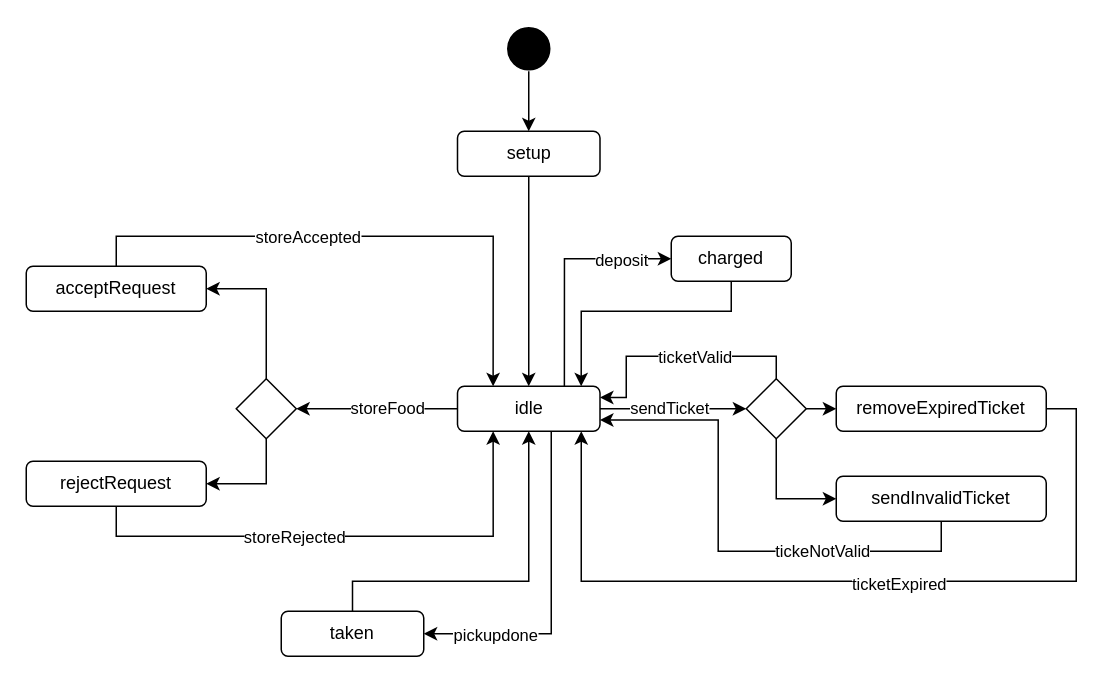
LEOB3TA/ColdStorageService-Project keeps this draw.io diagram as Sprint1/userDocs/resources/draw/CSS_State.drawio. Above is the earlier version. Source tidied: cells renumbered, new cells numbered last; positions are measured from the earlier drawing's top-left corner, leaving out a move shared by most shapes. Both pictures are drawn from the tidied source at 150%, with x=0, y=0 at pixel (26, 26).
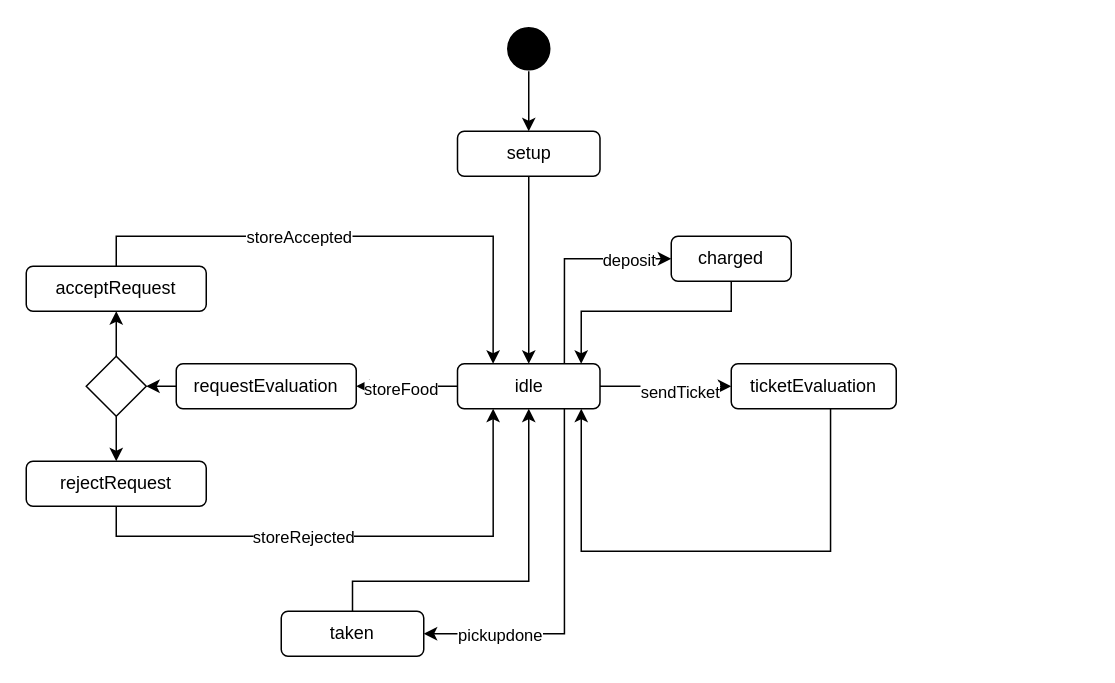
After the change.

Unchanged cells that the change refers to:
```xml
<mxCell id="18" value="&lt;font&gt;acceptRequest&lt;/font&gt;" style="rounded=1;whiteSpace=wrap;html=1;fillColor=#FFFFFF;strokeColor=#000000;fontColor=#000000;" parent="1" vertex="1">
  <mxGeometry y="160" width="120" height="30" as="geometry" />
</mxCell>
<mxCell id="21" value="&lt;font&gt;rejectRequest&lt;/font&gt;" style="rounded=1;whiteSpace=wrap;html=1;fillColor=#FFFFFF;strokeColor=#000000;fontColor=#000000;" parent="1" vertex="1">
  <mxGeometry y="290" width="120" height="30" as="geometry" />
</mxCell>
<mxCell id="37" value="taken" style="rounded=1;whiteSpace=wrap;html=1;fillColor=#FFFFFF;strokeColor=#000000;fontColor=#000000;" parent="1" vertex="1">
  <mxGeometry x="170" y="390" width="95" height="30" as="geometry" />
</mxCell>
```

Change to the diagram source:
```diff
@@
-    <mxCell id="6" style="edgeStyle=orthogonalEdgeStyle;rounded=0;jettySize=auto;html=1;exitX=1;exitY=0.5;exitDx=0;exitDy=0;entryX=0;entryY=0.5;entryDx=0;entryDy=0;" parent="1" edge="1" source="12" target="27">
-      <mxGeometry relative="1" as="geometry" />
-    </mxCell>
-    <mxCell id="7" value="sendTicket" style="edgeLabel;html=1;align=center;verticalAlign=middle;" parent="6" vertex="1">
-      <mxGeometry x="-0.05" y="1" relative="1" as="geometry" />
-    </mxCell>
@@
     <mxCell id="10" style="edgeStyle=orthogonalEdgeStyle;rounded=0;jettySize=auto;html=1;exitX=0.75;exitY=1;exitDx=0;exitDy=0;entryX=1;entryY=0.5;entryDx=0;entryDy=0;" parent="1" edge="1" source="12" target="37">
       <mxGeometry relative="1" as="geometry">
         <Array as="points">
-          <mxPoint x="350" y="270" />
-          <mxPoint x="350" y="405" />
+          <mxPoint x="359" y="405" />
         </Array>
       </mxGeometry>
     </mxCell>
@@
+    <mxCell id="38" style="edgeStyle=orthogonalEdgeStyle;rounded=0;jettySize=auto;html=1;exitX=0;exitY=0.5;exitDx=0;exitDy=0;" parent="1" edge="1" source="12" target="41">
+      <mxGeometry relative="1" as="geometry" />
+    </mxCell>
+    <mxCell id="13" value="&lt;div&gt;storeFood&lt;/div&gt;" style="edgeLabel;html=1;align=center;verticalAlign=middle;" parent="38" vertex="1">
+      <mxGeometry x="0.14" y="1" relative="1" as="geometry" />
+    </mxCell>
+    <mxCell id="39" style="edgeStyle=orthogonalEdgeStyle;rounded=0;jettySize=auto;html=1;exitX=1;exitY=0.5;exitDx=0;exitDy=0;" parent="1" edge="1" source="12" target="43">
+      <mxGeometry relative="1" as="geometry" />
+    </mxCell>
+    <mxCell id="7" value="sendTicket" style="edgeLabel;html=1;align=center;verticalAlign=middle;" parent="39" vertex="1">
+      <mxGeometry x="0.2" y="-3" relative="1" as="geometry" />
+    </mxCell>
     <mxCell id="12" value="&lt;font&gt;idle&lt;/font&gt;" style="rounded=1;whiteSpace=wrap;html=1;fillColor=#FFFFFF;strokeColor=#000000;fontColor=#000000;" parent="1" vertex="1">
-      <mxGeometry x="287.5" y="240" width="95" height="30" as="geometry" />
+      <mxGeometry x="287.5" y="225" width="95" height="30" as="geometry" />
     </mxCell>
-    <mxCell id="13" value="storeFood" style="endArrow=classic;html=1;rounded=0;exitX=0;exitY=0.5;exitDx=0;exitDy=0;strokeColor=#000000;labelBackgroundColor=#FFFFFF;fontColor=#000000;entryX=1;entryY=0.5;entryDx=0;entryDy=0;" parent="1" edge="1" source="12" target="15">
-      <mxGeometry x="-0.12" relative="1" as="geometry">
-        <Array as="points">
-          <mxPoint x="200" y="255" />
-        </Array>
-      </mxGeometry>
-    </mxCell>
-    <mxCell id="14" style="edgeStyle=orthogonalEdgeStyle;rounded=0;jettySize=auto;html=1;exitX=0.5;exitY=1;exitDx=0;exitDy=0;entryX=1;entryY=0.5;entryDx=0;entryDy=0;" parent="1" edge="1" source="15" target="21">
-      <mxGeometry relative="1" as="geometry">
-        <Array as="points">
-          <mxPoint x="160" y="305" />
-        </Array>
-      </mxGeometry>
-    </mxCell>
-    <mxCell id="15" style="rhombus;whiteSpace=wrap;html=1;" parent="1" vertex="1">
-      <mxGeometry x="140" y="235" width="40" height="40" as="geometry" />
-    </mxCell>
@@
-    <mxCell id="22" style="endArrow=classic;html=1;rounded=0;exitX=0.5;exitY=0;exitDx=0;exitDy=0;entryX=1;entryY=0.5;entryDx=0;entryDy=0;" parent="1" edge="1" source="15" target="18">
-      <mxGeometry relative="1" as="geometry">
-        <Array as="points">
-          <mxPoint x="160" y="175" />
-        </Array>
-      </mxGeometry>
-    </mxCell>
-    <mxCell id="23" style="edgeStyle=orthogonalEdgeStyle;rounded=0;jettySize=auto;html=1;exitX=1;exitY=0.5;exitDx=0;exitDy=0;entryX=0;entryY=0.5;entryDx=0;entryDy=0;" parent="1" edge="1" source="27" target="30">
-      <mxGeometry relative="1" as="geometry" />
-    </mxCell>
-    <mxCell id="24" style="edgeStyle=orthogonalEdgeStyle;rounded=0;jettySize=auto;html=1;exitX=0.5;exitY=1;exitDx=0;exitDy=0;entryX=0;entryY=0.5;entryDx=0;entryDy=0;" parent="1" edge="1" source="27" target="33">
-      <mxGeometry relative="1" as="geometry" />
-    </mxCell>
-    <mxCell id="25" style="edgeStyle=orthogonalEdgeStyle;rounded=0;jettySize=auto;html=1;exitX=0.5;exitY=0;exitDx=0;exitDy=0;entryX=1;entryY=0.25;entryDx=0;entryDy=0;" parent="1" edge="1" source="27" target="12">
-      <mxGeometry relative="1" as="geometry">
-        <Array as="points">
-          <mxPoint x="500" y="220" />
-          <mxPoint x="400" y="220" />
-          <mxPoint x="400" y="247" />
-        </Array>
-      </mxGeometry>
-    </mxCell>
-    <mxCell id="26" value="ticketValid" style="edgeLabel;html=1;align=center;verticalAlign=middle;" parent="25" vertex="1">
-      <mxGeometry x="-0.13" relative="1" as="geometry" />
-    </mxCell>
-    <mxCell id="27" style="rhombus;whiteSpace=wrap;html=1;" parent="1" vertex="1">
-      <mxGeometry x="480" y="235" width="40" height="40" as="geometry" />
-    </mxCell>
-    <mxCell id="28" style="edgeStyle=orthogonalEdgeStyle;rounded=0;jettySize=auto;html=1;exitX=1;exitY=0.5;exitDx=0;exitDy=0;" parent="1" edge="1" source="30">
-      <mxGeometry relative="1" as="geometry">
-        <mxPoint x="370" y="270" as="targetPoint" />
-        <Array as="points">
-          <mxPoint x="700" y="255" />
-          <mxPoint x="700" y="370" />
-          <mxPoint x="370" y="370" />
-          <mxPoint x="370" y="270" />
-        </Array>
-      </mxGeometry>
-    </mxCell>
-    <mxCell id="29" value="ticketExpired" style="edgeLabel;html=1;align=center;verticalAlign=middle;" parent="28" vertex="1">
-      <mxGeometry x="-0.1" y="1" relative="1" as="geometry" />
-    </mxCell>
-    <mxCell id="30" value="&lt;font&gt;removeExpiredTicket&lt;/font&gt;" style="rounded=1;whiteSpace=wrap;html=1;fillColor=#FFFFFF;strokeColor=#000000;fontColor=#000000;" parent="1" vertex="1">
-      <mxGeometry x="540" y="240" width="140" height="30" as="geometry" />
-    </mxCell>
-    <mxCell id="31" style="edgeStyle=orthogonalEdgeStyle;rounded=0;jettySize=auto;html=1;exitX=0.5;exitY=1;exitDx=0;exitDy=0;entryX=1;entryY=0.75;entryDx=0;entryDy=0;" parent="1" edge="1" source="33" target="12">
-      <mxGeometry relative="1" as="geometry" />
-    </mxCell>
-    <mxCell id="32" value="tickeNotValid" style="edgeLabel;html=1;align=center;verticalAlign=middle;" parent="31" vertex="1">
-      <mxGeometry x="0.01" relative="1" as="geometry">
-        <mxPoint x="69" as="offset" />
-      </mxGeometry>
-    </mxCell>
-    <mxCell id="33" value="&lt;font&gt;sendInvalidTicket&lt;/font&gt;" style="rounded=1;whiteSpace=wrap;html=1;fillColor=#FFFFFF;strokeColor=#000000;fontColor=#000000;" parent="1" vertex="1">
-      <mxGeometry x="540" y="300" width="140" height="30" as="geometry" />
-    </mxCell>
@@
+    <mxCell id="40" style="edgeStyle=orthogonalEdgeStyle;rounded=0;jettySize=auto;html=1;exitX=0;exitY=0.5;exitDx=0;exitDy=0;entryX=1;entryY=0.5;entryDx=0;entryDy=0;" parent="1" edge="1" source="41" target="46">
+      <mxGeometry relative="1" as="geometry" />
+    </mxCell>
+    <mxCell id="41" value="requestEvaluation" style="rounded=1;whiteSpace=wrap;html=1;fillColor=#FFFFFF;strokeColor=#000000;fontColor=#000000;" parent="1" vertex="1">
+      <mxGeometry x="100" y="225" width="120" height="30" as="geometry" />
+    </mxCell>
+    <mxCell id="42" style="edgeStyle=orthogonalEdgeStyle;rounded=0;orthogonalLoop=1;jettySize=auto;html=1;exitX=0.5;exitY=1;exitDx=0;exitDy=0;entryX=0.75;entryY=1;entryDx=0;entryDy=0;" parent="1" edge="1">
+      <mxGeometry relative="1" as="geometry">
+        <mxPoint x="536.2" y="255" as="sourcePoint" />
+        <mxPoint x="370" y="255" as="targetPoint" />
+        <Array as="points">
+          <mxPoint x="536.2" y="350" />
+          <mxPoint x="370.2" y="350" />
+        </Array>
+      </mxGeometry>
+    </mxCell>
+    <mxCell id="43" value="ticketEvaluation" style="rounded=1;whiteSpace=wrap;html=1;fillColor=#FFFFFF;strokeColor=#000000;fontColor=#000000;" parent="1" vertex="1">
+      <mxGeometry x="470" y="225" width="110" height="30" as="geometry" />
+    </mxCell>
+    <mxCell id="44" style="edgeStyle=orthogonalEdgeStyle;rounded=0;jettySize=auto;html=1;exitX=0.5;exitY=0;exitDx=0;exitDy=0;entryX=0.5;entryY=1;entryDx=0;entryDy=0;" parent="1" edge="1" source="46" target="18">
+      <mxGeometry relative="1" as="geometry" />
+    </mxCell>
+    <mxCell id="45" style="edgeStyle=orthogonalEdgeStyle;rounded=0;jettySize=auto;html=1;exitX=0.5;exitY=1;exitDx=0;exitDy=0;entryX=0.5;entryY=0;entryDx=0;entryDy=0;" parent="1" edge="1" source="46" target="21">
+      <mxGeometry relative="1" as="geometry" />
+    </mxCell>
+    <mxCell id="46" style="rhombus;whiteSpace=wrap;html=1;" parent="1" vertex="1">
+      <mxGeometry x="40" y="220" width="40" height="40" as="geometry" />
+    </mxCell>
```
